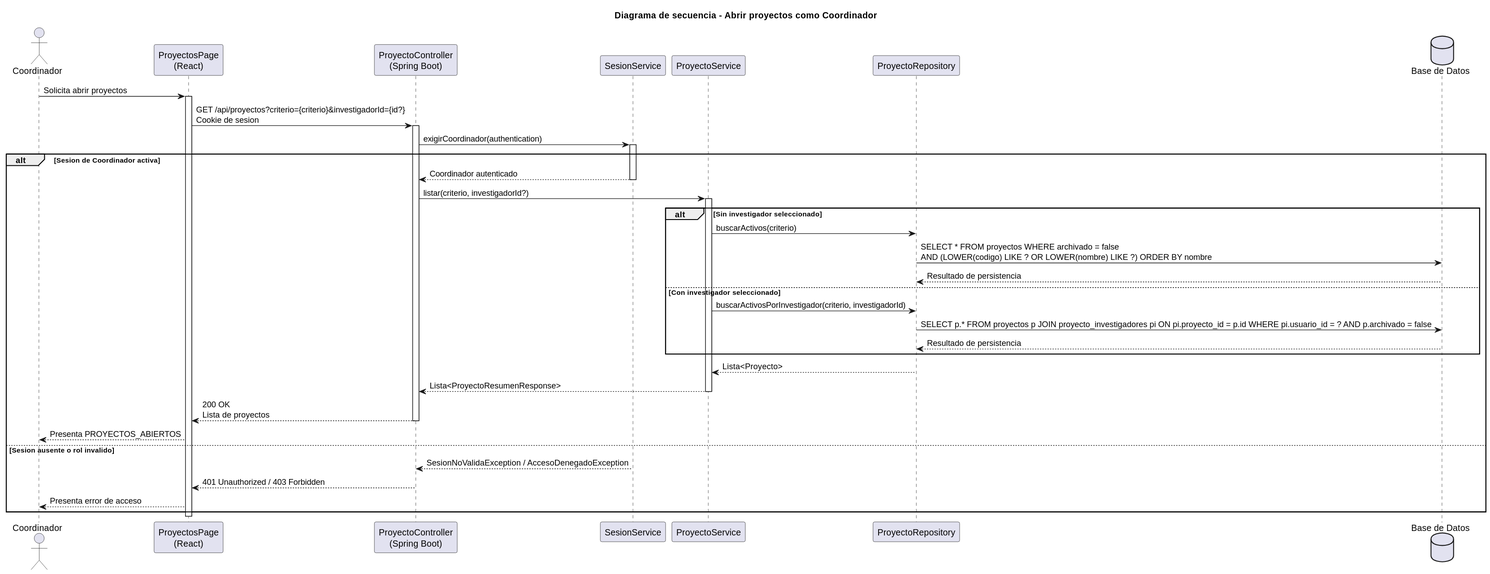
Before: images/RUP/02-diseño/casos-uso/coordinador/abrirProyectos/secuencia.svg, a diagram exported from PlantUML (beatriizorozco/25-26-idsw2-sdVC).
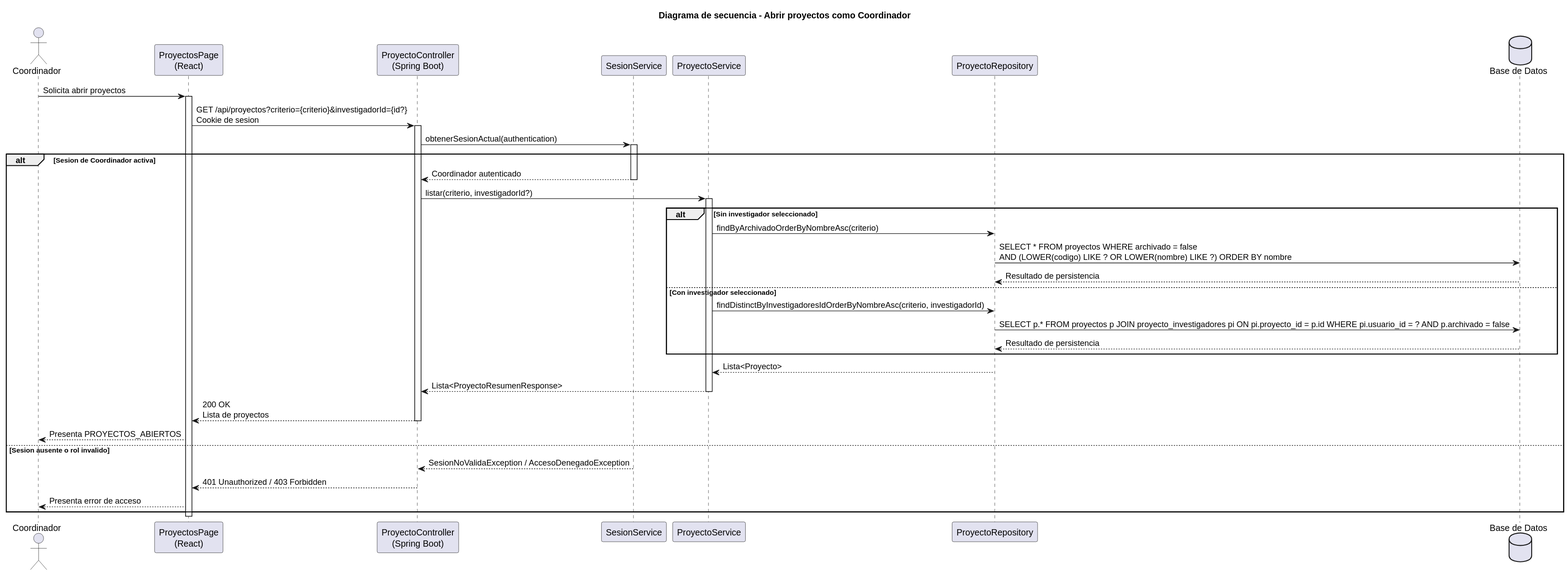
The same diagram one commit later.

The edit, as a diff of the source:
```diff
@@ -13,7 +13,7 @@
 activate Frontend
 Frontend -> Api: GET /api/proyectos?criterio={criterio}&investigadorId={id?}\nCookie de sesion
 activate Api
-Api -> Sesion: exigirCoordinador(authentication)
+Api -> Sesion: obtenerSesionActual(authentication)
 activate Sesion
 alt Sesion de Coordinador activa
     Sesion --> Api: Coordinador autenticado
@@ -21,11 +21,11 @@
     Api -> Service: listar(criterio, investigadorId?)
     activate Service
     alt Sin investigador seleccionado
-        Service -> Repo: buscarActivos(criterio)
+        Service -> Repo: findByArchivadoOrderByNombreAsc(criterio)
         Repo -> DB: SELECT * FROM proyectos WHERE archivado = false\nAND (LOWER(codigo) LIKE ? OR LOWER(nombre) LIKE ?) ORDER BY nombre
         DB --> Repo: Resultado de persistencia
     else Con investigador seleccionado
-        Service -> Repo: buscarActivosPorInvestigador(criterio, investigadorId)
+        Service -> Repo: findDistinctByInvestigadoresIdOrderByNombreAsc(criterio, investigadorId)
         Repo -> DB: SELECT p.* FROM proyectos p JOIN proyecto_investigadores pi ON pi.proyecto_id = p.id WHERE pi.usuario_id = ? AND p.archivado = false
         DB --> Repo: Resultado de persistencia
     end
```
